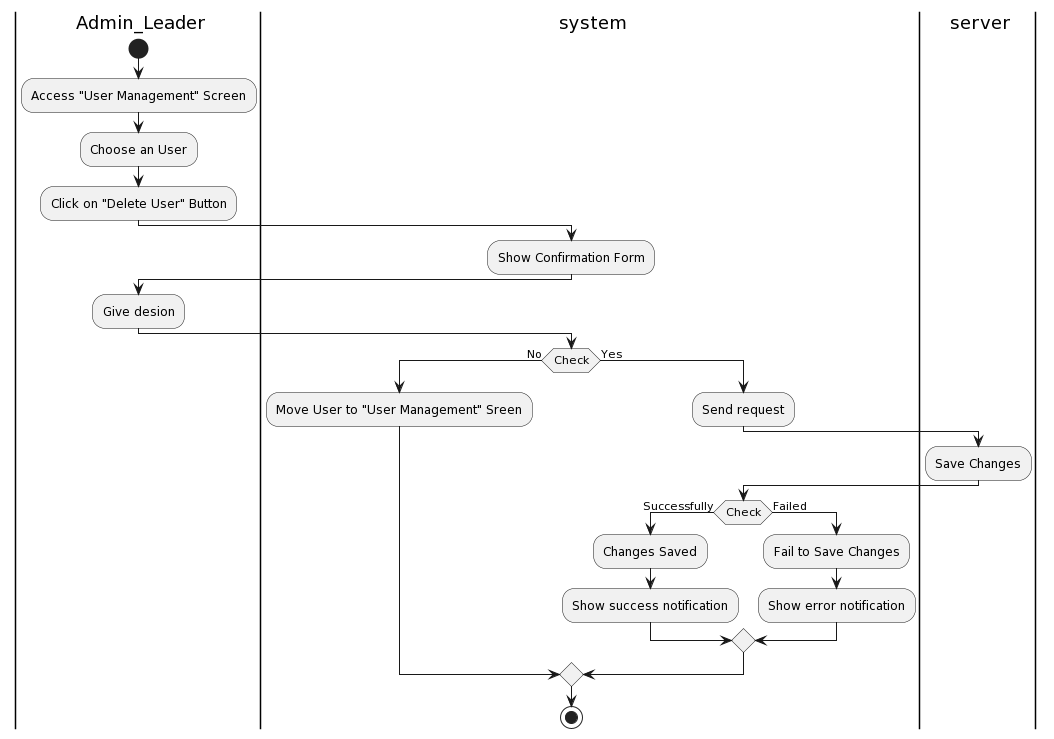
khoapham1003/SE357-Pratice-class keeps this PlantUML diagram as Lab1/Lab1.2/Activity Diagram/SystemManagement/UserManagement/DeleteUser/DeleteUser.png. Above is the earlier version. Its diagram source:
```plantuml
@startuml
|a| Admin_Leader
|sys| system
|ser| server
|a|
start
:Access "User Management" Screen;
:Choose an User;
:Click on "Delete User" Button;
|sys|
:Show Confirmation Form;
|a|
:Give desion;
|sys|
if (Check) then (No)
:Move User to "User Management" Sreen;
else (Yes)
|sys|
:Send request;
|ser|
:Save Changes;
|sys|
if(Check) then (Successfully)
:Changes Saved;
:Show success notification;
else (Failed)
:Fail to Save Changes;
:Show error notification;
endif
endif
stop
@enduml
```
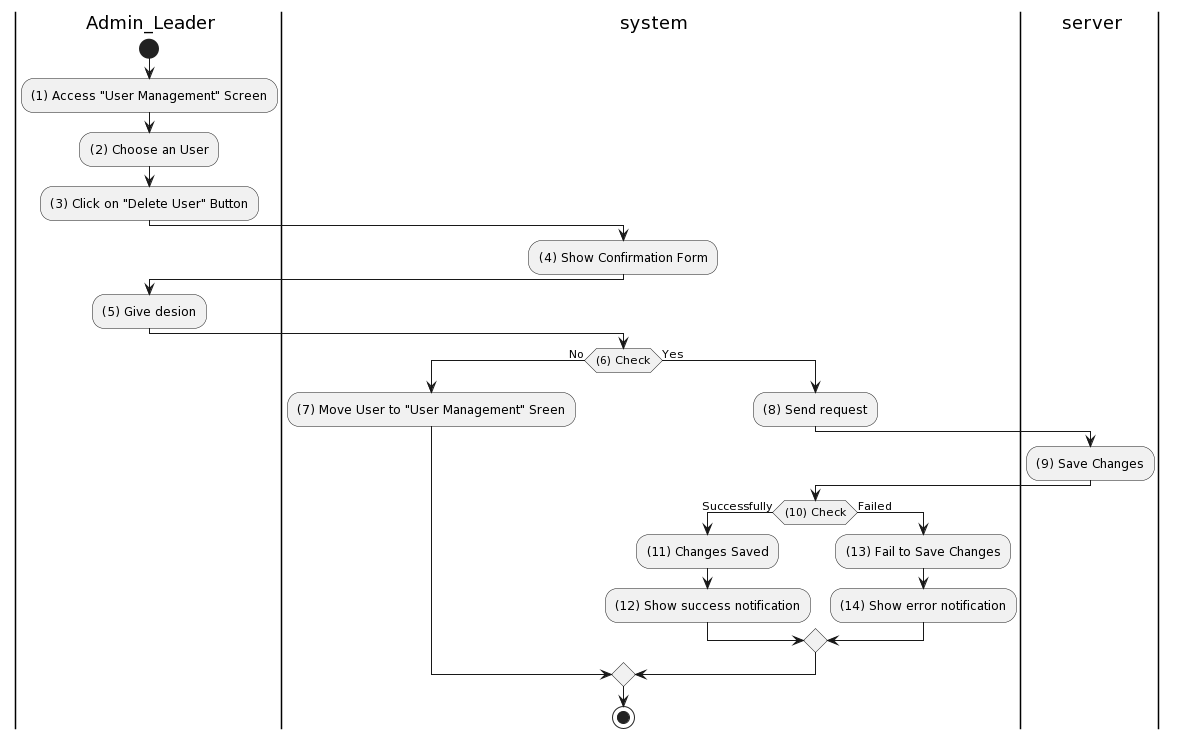
After the change.

What changed in the source:
```diff
@@ -4,28 +4,28 @@
 |ser| server
 |a|
 start
-:Access "User Management" Screen;
-:Choose an User;
-:Click on "Delete User" Button;
+:(1) Access "User Management" Screen;
+:(2) Choose an User;
+:(3) Click on "Delete User" Button;
 |sys|
-:Show Confirmation Form;
+:(4) Show Confirmation Form;
 |a|
-:Give desion;
+:(5) Give desion;
 |sys|
-if (Check) then (No)
-:Move User to "User Management" Sreen;
+if ((6) Check) then (No)
+:(7) Move User to "User Management" Sreen;
 else (Yes)
 |sys|
-:Send request;
+:(8) Send request;
 |ser|
-:Save Changes;
+:(9) Save Changes;
 |sys|
-if(Check) then (Successfully)
-:Changes Saved;
-:Show success notification;
+if((10) Check) then (Successfully)
+:(11) Changes Saved;
+:(12) Show success notification;
 else (Failed)
-:Fail to Save Changes;
-:Show error notification;
+:(13) Fail to Save Changes;
+:(14) Show error notification;
 endif
 endif
 stop
```
